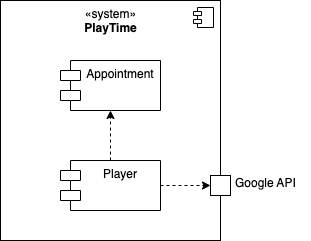
Skanky0815/playtime keeps this draw.io diagram as doku/bausteinsicht.drawio.png. Above is the earlier version. Source tidied: cells renumbered, new cells last; positions are measured from the earlier drawing's top-left corner, leaving out a move shared by most shapes. Source of this version:
```xml
<mxGraphModel>
  <root>
    <mxCell id="0" />
    <mxCell id="1" parent="0" />
    <mxCell id="2" value="«system»&lt;br&gt;&lt;b&gt;PlayTime&lt;/b&gt;" style="html=1;verticalAlign=top;" parent="1" vertex="1">
      <mxGeometry width="220" height="240" as="geometry" />
    </mxCell>
    <mxCell id="3" style="shape=module;jettyWidth=8;jettyHeight=4;" parent="2" vertex="1">
      <mxGeometry x="1" width="20" height="20" relative="1" as="geometry">
        <mxPoint x="-27" y="7" as="offset" />
      </mxGeometry>
    </mxCell>
    <mxCell id="4" value="Appointment" style="shape=module;align=left;spacingLeft=20;align=center;verticalAlign=top;" parent="1" vertex="1">
      <mxGeometry x="60" y="60" width="100" height="50" as="geometry" />
    </mxCell>
    <mxCell id="5" style="edgeStyle=orthogonalEdgeStyle;rounded=0;jettySize=auto;html=1;entryX=0.5;entryY=1;entryDx=0;entryDy=0;dashed=1;" parent="1" edge="1" source="7" target="4">
      <mxGeometry relative="1" as="geometry" />
    </mxCell>
    <mxCell id="6" style="edgeStyle=orthogonalEdgeStyle;rounded=0;jettySize=auto;html=1;entryX=0;entryY=0.5;entryDx=0;entryDy=0;dashed=1;" parent="1" edge="1" source="7" target="8">
      <mxGeometry relative="1" as="geometry" />
    </mxCell>
    <mxCell id="7" value="Player" style="shape=module;align=left;spacingLeft=20;align=center;verticalAlign=top;" parent="1" vertex="1">
      <mxGeometry x="60" y="160" width="100" height="50" as="geometry" />
    </mxCell>
    <mxCell id="8" style="html=1;verticalAlign=top;align=left;" parent="1" vertex="1">
      <mxGeometry x="210" y="175" width="20" height="20" as="geometry" />
    </mxCell>
    <mxCell id="9" value="Google API" style="text;align=left;fontStyle=0;verticalAlign=middle;spacingLeft=3;spacingRight=3;strokeColor=none;" parent="1" vertex="1">
      <mxGeometry x="230" y="169" width="80" height="26" as="geometry" />
    </mxCell>
  </root>
</mxGraphModel>
```
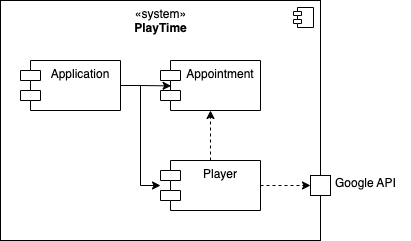
After the commit.

Commit message:
add missing application

What changed in the source:
```diff
@@ -3,7 +3,7 @@
     <mxCell id="0" />
     <mxCell id="1" parent="0" />
     <mxCell id="2" value="«system»&lt;br&gt;&lt;b&gt;PlayTime&lt;/b&gt;" style="html=1;verticalAlign=top;" parent="1" vertex="1">
-      <mxGeometry width="220" height="240" as="geometry" />
+      <mxGeometry x="-100" width="320" height="240" as="geometry" />
     </mxCell>
     <mxCell id="3" style="shape=module;jettyWidth=8;jettyHeight=4;" parent="2" vertex="1">
       <mxGeometry x="1" width="20" height="20" relative="1" as="geometry">
@@ -28,5 +28,19 @@
     <mxCell id="9" value="Google API" style="text;align=left;fontStyle=0;verticalAlign=middle;spacingLeft=3;spacingRight=3;strokeColor=none;" parent="1" vertex="1">
       <mxGeometry x="230" y="169" width="80" height="26" as="geometry" />
     </mxCell>
+    <mxCell id="10" style="edgeStyle=orthogonalEdgeStyle;rounded=0;jettySize=auto;html=1;entryX=0.106;entryY=0.508;entryDx=0;entryDy=0;entryPerimeter=0;" parent="1" edge="1" source="12" target="4">
+      <mxGeometry relative="1" as="geometry" />
+    </mxCell>
+    <mxCell id="11" style="edgeStyle=orthogonalEdgeStyle;rounded=0;jettySize=auto;html=1;" parent="1" edge="1" source="12" target="7">
+      <mxGeometry relative="1" as="geometry">
+        <Array as="points">
+          <mxPoint x="40" y="85" />
+          <mxPoint x="40" y="185" />
+        </Array>
+      </mxGeometry>
+    </mxCell>
+    <mxCell id="12" value="Application" style="shape=module;align=left;spacingLeft=20;align=center;verticalAlign=top;" parent="1" vertex="1">
+      <mxGeometry x="-80" y="60" width="100" height="50" as="geometry" />
+    </mxCell>
   </root>
 </mxGraphModel>
```
